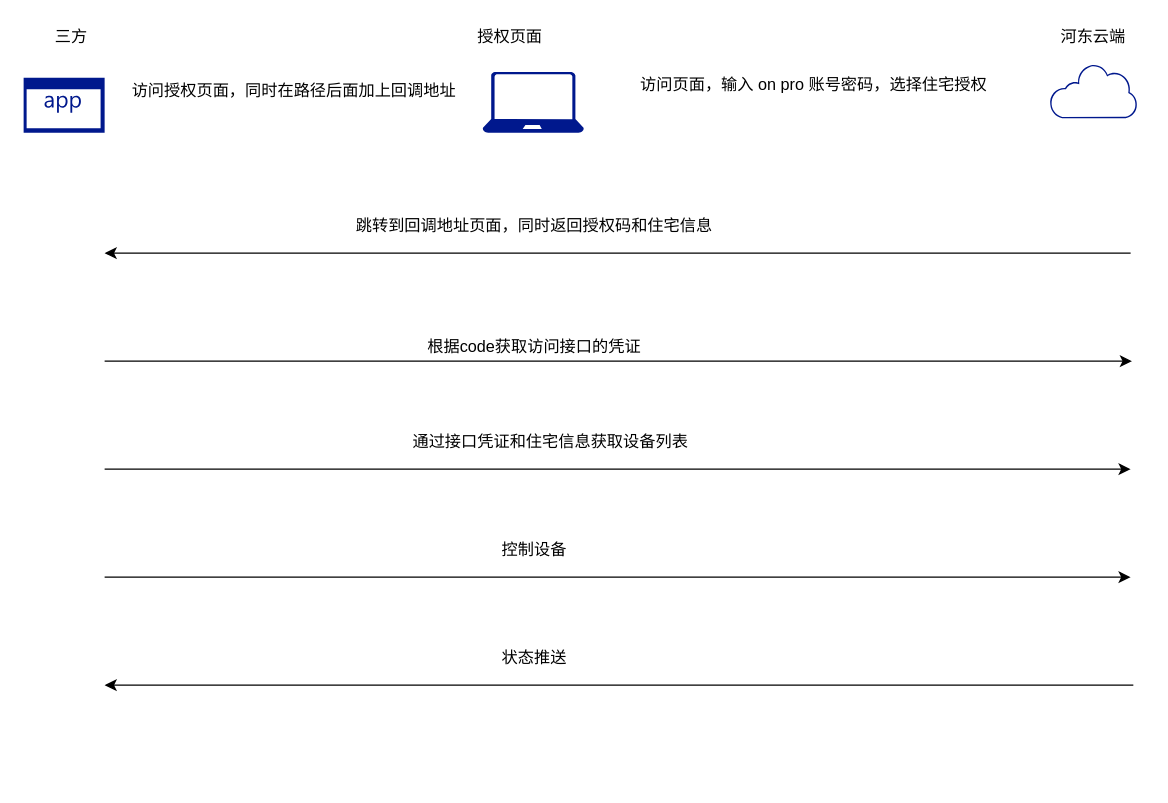
Above: 设备控制.drawio in tytler98/tytler (draw.io), before the change. Source tidied: cells renumbered, new cells numbered last; positions are measured from the earlier drawing's top-left corner, leaving out a move shared by most shapes. Both pictures are drawn from the tidied source at 135%, with x=0, y=0 at pixel (23, 23).
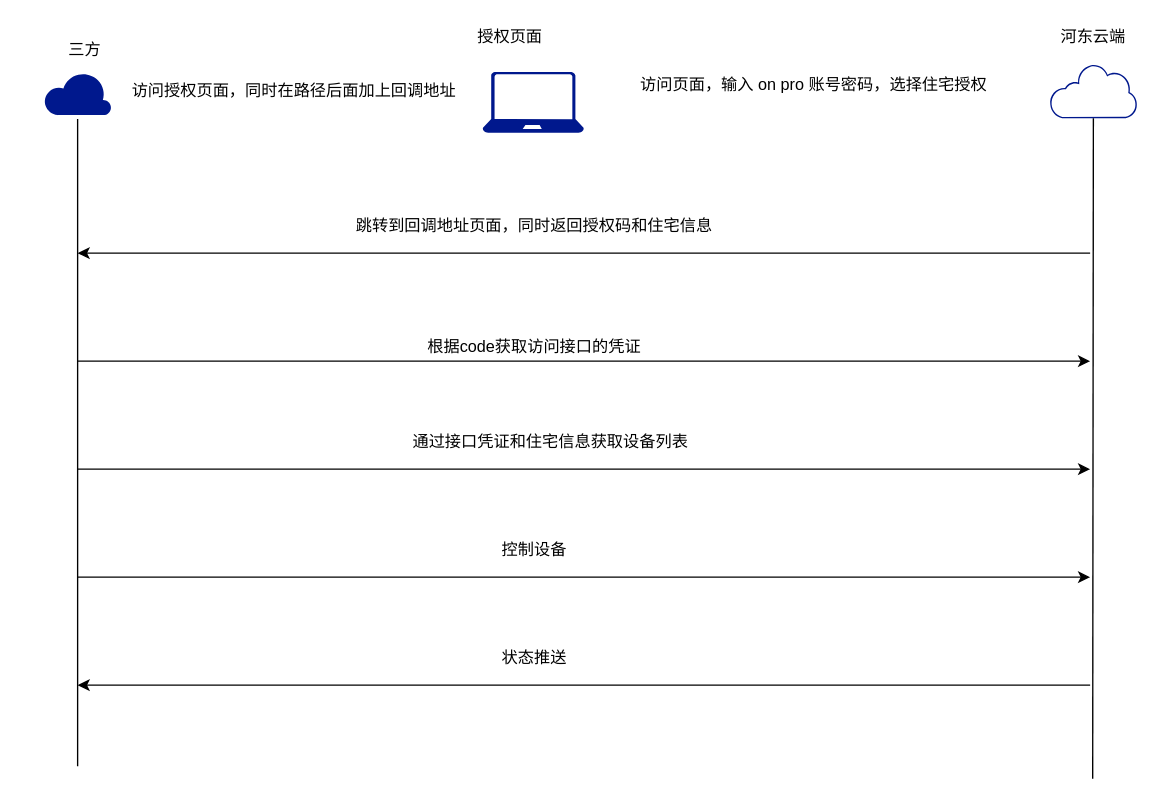
The same page after the edit.

Unchanged cells that the change refers to:
```xml
<mxCell id="3" style="sketch=0;shadow=0;dashed=0;html=1;strokeColor=none;labelPosition=center;verticalLabelPosition=bottom;verticalAlign=top;align=center;fillColor=#00188D;shape=mxgraph.mscae.enterprise.internet_hollow;" parent="1" vertex="1">
  <mxGeometry x="760" y="29.9" width="64.8" height="40.2" as="geometry" />
</mxCell>
```

Change to the diagram source:
```diff
@@
-    <mxCell id="2" style="sketch=0;shadow=0;dashed=0;html=1;strokeColor=none;labelPosition=center;verticalLabelPosition=bottom;verticalAlign=top;align=center;fillColor=#00188D;shape=mxgraph.mscae.enterprise.application;" parent="1" vertex="1">
-      <mxGeometry y="40" width="60" height="40.8" as="geometry" />
-    </mxCell>
@@
     <mxCell id="5" value="三方" style="text;html=1;align=center;verticalAlign=middle;strokeColor=none;fillColor=none;" parent="1" vertex="1">
-      <mxGeometry x="15" width="40" height="20" as="geometry" />
+      <mxGeometry x="25" y="9.9" width="40" height="20" as="geometry" />
     </mxCell>
@@
     <mxCell id="15" style="endArrow=classic;html=1;rounded=0;" parent="1" edge="1">
       <mxGeometry relative="1" as="geometry">
-        <mxPoint x="820" y="170" as="sourcePoint" />
-        <mxPoint x="60" y="170" as="targetPoint" />
+        <mxPoint x="790" y="170" as="sourcePoint" />
+        <mxPoint x="40" y="170" as="targetPoint" />
       </mxGeometry>
     </mxCell>
     <mxCell id="16" style="endArrow=classic;html=1;rounded=0;" parent="1" edge="1">
       <mxGeometry relative="1" as="geometry">
-        <mxPoint x="60" y="250" as="sourcePoint" />
-        <mxPoint x="821" y="250" as="targetPoint" />
+        <mxPoint x="40" y="250" as="sourcePoint" />
+        <mxPoint x="790" y="250" as="targetPoint" />
       </mxGeometry>
     </mxCell>
     <mxCell id="17" style="endArrow=classic;html=1;rounded=0;" parent="1" edge="1">
       <mxGeometry relative="1" as="geometry">
-        <mxPoint x="60" y="330" as="sourcePoint" />
-        <mxPoint x="820" y="330" as="targetPoint" />
+        <mxPoint x="40" y="330" as="sourcePoint" />
+        <mxPoint x="790" y="330" as="targetPoint" />
       </mxGeometry>
     </mxCell>
     <mxCell id="18" style="endArrow=classic;html=1;rounded=0;" parent="1" edge="1">
       <mxGeometry relative="1" as="geometry">
-        <mxPoint x="60" y="410" as="sourcePoint" />
-        <mxPoint x="820" y="410" as="targetPoint" />
+        <mxPoint x="40" y="410" as="sourcePoint" />
+        <mxPoint x="790" y="410" as="targetPoint" />
       </mxGeometry>
     </mxCell>
     <mxCell id="19" style="endArrow=classic;html=1;rounded=0;" parent="1" edge="1">
       <mxGeometry relative="1" as="geometry">
-        <mxPoint x="822" y="490" as="sourcePoint" />
-        <mxPoint x="60" y="490" as="targetPoint" />
+        <mxPoint x="790" y="490" as="sourcePoint" />
+        <mxPoint x="40" y="490" as="targetPoint" />
       </mxGeometry>
     </mxCell>
+    <mxCell id="20" style="endArrow=none;html=1;rounded=0;entryX=0.5;entryY=1;entryDx=0;entryDy=0;entryPerimeter=0;" parent="1" edge="1">
+      <mxGeometry relative="1" as="geometry">
+        <mxPoint x="40" y="550" as="sourcePoint" />
+        <mxPoint x="40" y="70.7" as="targetPoint" />
+      </mxGeometry>
+    </mxCell>
+    <mxCell id="21" style="endArrow=none;html=1;rounded=0;entryX=0.5;entryY=1;entryDx=0;entryDy=0;entryPerimeter=0;" parent="1" edge="1" target="3">
+      <mxGeometry relative="1" as="geometry">
+        <mxPoint x="791.9" y="559.3" as="sourcePoint" />
+      </mxGeometry>
+    </mxCell>
+    <mxCell id="22" style="sketch=0;shadow=0;dashed=0;html=1;strokeColor=none;labelPosition=center;verticalLabelPosition=bottom;verticalAlign=top;align=center;fillColor=#00188D;shape=mxgraph.azure.cloud;" parent="1" vertex="1">
+      <mxGeometry x="15" y="35.8" width="50" height="32" as="geometry" />
+    </mxCell>
```
